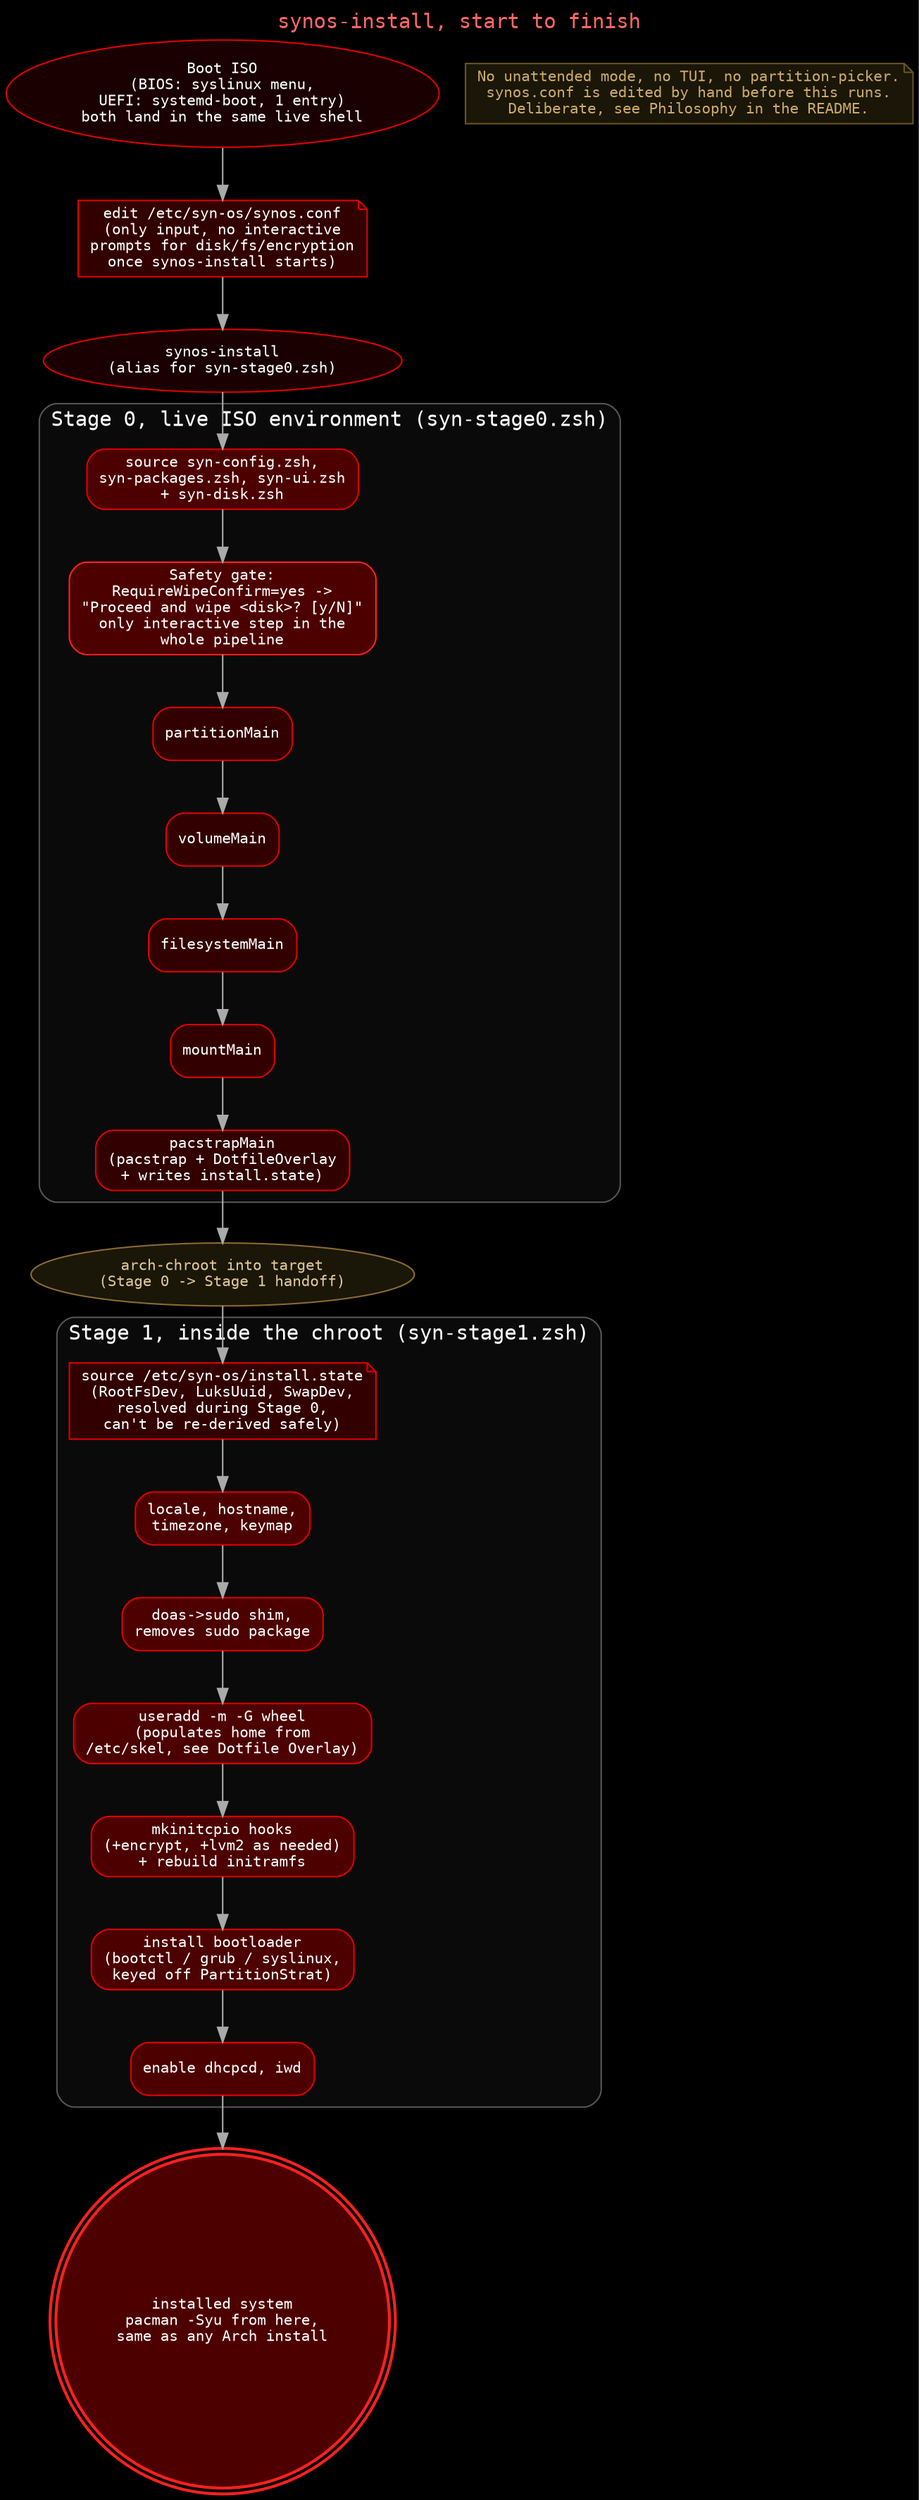
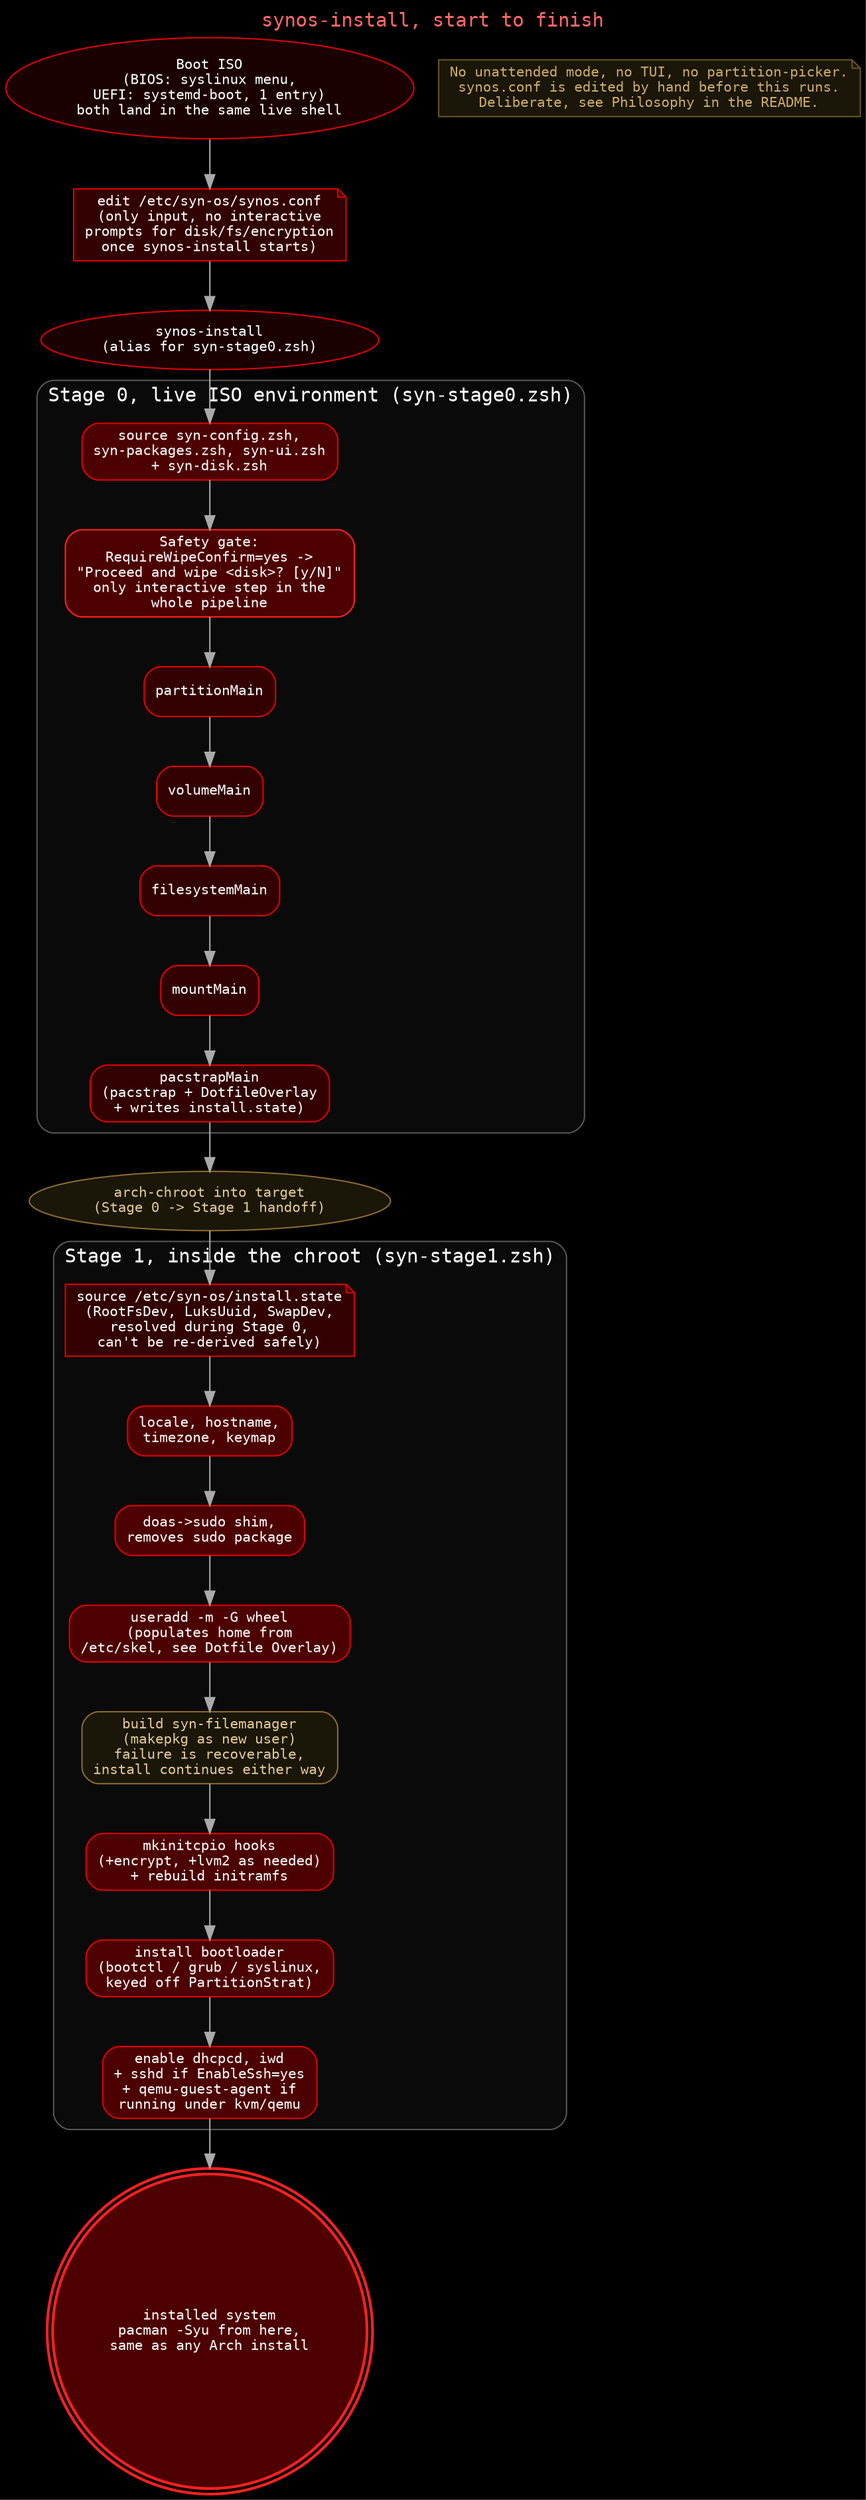
digraph installer_overview {
  rankdir=TB;
  bgcolor="#000000";
  fontname="monospace";
  node [shape=box, style="rounded,filled", fillcolor="#4d0000", color="#e00000", fontcolor="white", fontname="monospace", fontsize=10];
  edge [color="#AAAAAA", fontcolor="white", fontname="monospace", fontsize=9];

  label="synos-install, start to finish";
  labelloc="t"; fontsize=14; fontcolor="#ff6666";

  boot [label="Boot ISO\n(BIOS: syslinux menu,\nUEFI: systemd-boot, 1 entry)\nboth land in the same live shell", shape=oval, fillcolor="#1a0000"];
  edit [label="edit /etc/syn-os/synos.conf\n(only input, no interactive\nprompts for disk/fs/encryption\nonce synos-install starts)", shape=note, fillcolor="#330000"];
  run [label="synos-install\n(alias for syn-stage0.zsh)", shape=oval, fillcolor="#1a0000"];

  subgraph cluster_stage0 {
    label="Stage 0, live ISO environment (syn-stage0.zsh)"; style="rounded"; color="#555555"; fontcolor="white"; bgcolor="#0a0a0a";
    source [label="source syn-config.zsh,\nsyn-packages.zsh, syn-ui.zsh\n+ syn-disk.zsh"];
    gate [label="Safety gate:\nRequireWipeConfirm=yes ->\n\"Proceed and wipe <disk>? [y/N]\"\nonly interactive step in the\nwhole pipeline", fillcolor="#4d0000", color="#ff2020"];
    partition [label="partitionMain", fillcolor="#330000"];
    volume [label="volumeMain", fillcolor="#330000"];
    filesystem [label="filesystemMain", fillcolor="#330000"];
    mount [label="mountMain", fillcolor="#330000"];
    pacstrap [label="pacstrapMain\n(pacstrap + DotfileOverlay\n+ writes install.state)", fillcolor="#330000"];
    source -> gate -> partition -> volume -> filesystem -> mount -> pacstrap;
  }

  chroot [label="arch-chroot into target\n(Stage 0 -> Stage 1 handoff)", shape=oval, fillcolor="#1a1608", color="#8a6a2f", fontcolor="#e0c896"];

  subgraph cluster_stage1 {
    label="Stage 1, inside the chroot (syn-stage1.zsh)"; style="rounded"; color="#555555"; fontcolor="white"; bgcolor="#0a0a0a";
    state [label="source /etc/syn-os/install.state\n(RootFsDev, LuksUuid, SwapDev,\nresolved during Stage 0,\ncan't be re-derived safely)", shape=note, fillcolor="#330000"];
    locale [label="locale, hostname,\ntimezone, keymap"];
    doas [label="doas->sudo shim,\nremoves sudo package"];
    user [label="useradd -m -G wheel\n(populates home from\n/etc/skel, see Dotfile Overlay)"];
+     filemanager [label="build syn-filemanager\n(makepkg as new user)\nfailure is recoverable,\ninstall continues either way", fillcolor="#1a1608", color="#8a6a2f", fontcolor="#e0c896"];
    initramfs [label="mkinitcpio hooks\n(+encrypt, +lvm2 as needed)\n+ rebuild initramfs"];
    bootloader [label="install bootloader\n(bootctl / grub / syslinux,\nkeyed off PartitionStrat)"];
-     services [label="enable dhcpcd, iwd"];
-     state -> locale -> doas -> user -> initramfs -> bootloader -> services;
+     services [label="enable dhcpcd, iwd\n+ sshd if EnableSsh=yes\n+ qemu-guest-agent if\nrunning under kvm/qemu"];
+     state -> locale -> doas -> user -> filemanager -> initramfs -> bootloader -> services;
  }

  done [label="installed system\npacman -Syu from here,\nsame as any Arch install", shape=doublecircle, fillcolor="#4d0000", penwidth=2, color="#ff2020"];

  boot -> edit -> run -> source;
  pacstrap -> chroot -> state;
  services -> done;

  note [shape=note, fillcolor="#1a1608", color="#665522", fontcolor="#ccaa66",
        label="No unattended mode, no TUI, no partition-picker.\nsynos.conf is edited by hand before this runs.\nDeliberate, see Philosophy in the README."];
}
